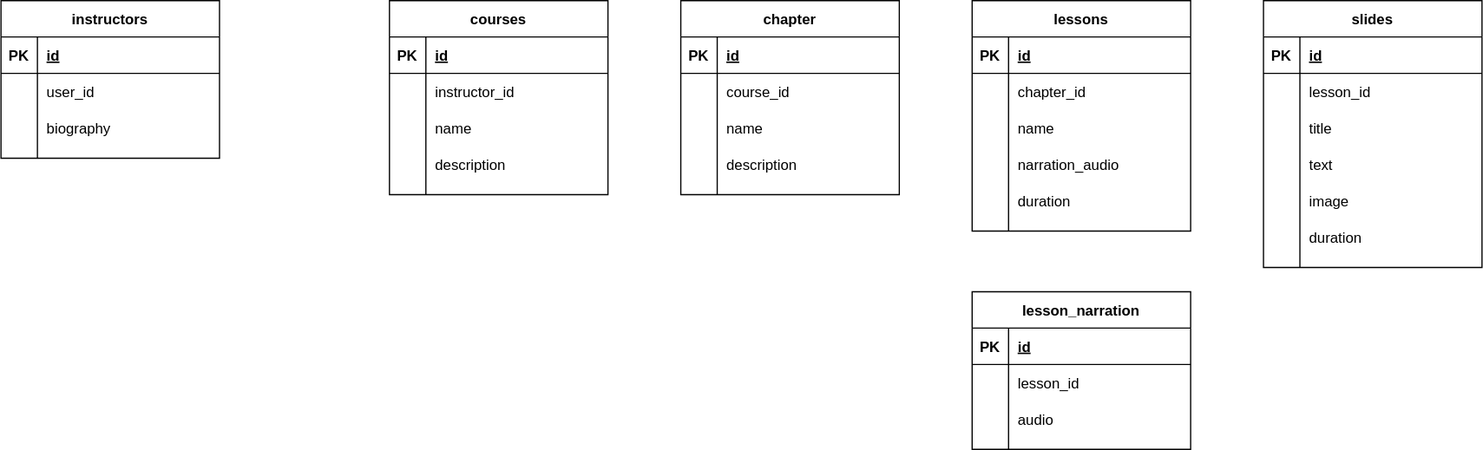
The draw.io diagram docs/plans.drawio.svg in project-cadmium/cadmium-backend, before a commit. Source tidied: cells renumbered, new cells last; positions are measured from the earlier drawing's top-left corner, leaving out a move shared by most shapes.
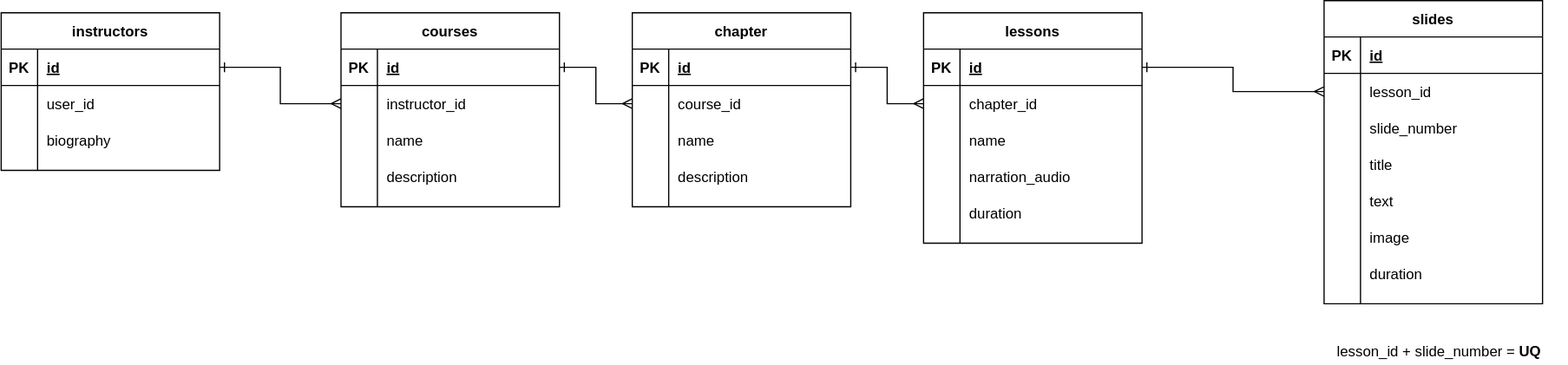
Above is the later version.

Change to the diagram source:
```diff
@@ -129,7 +129,7 @@
       <mxGeometry x="30" width="150" height="30" as="geometry" />
     </mxCell>
     <mxCell id="44" value="slides" style="shape=table;startSize=30;rowLines=0;fontStyle=1;align=center;" parent="1" vertex="1">
-      <mxGeometry x="1040" width="180" height="220" as="geometry" />
+      <mxGeometry x="1130" y="-10" width="180" height="250" as="geometry" />
     </mxCell>
     <mxCell id="45" style="shape=partialRectangle;fillColor=none;top=0;left=0;bottom=1;right=0;" parent="44" vertex="1">
       <mxGeometry y="30" width="180" height="30" as="geometry" />
@@ -149,8 +149,17 @@
     <mxCell id="50" value="lesson_id" style="shape=partialRectangle;fillColor=none;top=0;left=0;bottom=0;right=0;align=left;spacingLeft=6;overflow=hidden;" parent="48" vertex="1">
       <mxGeometry x="30" width="150" height="30" as="geometry" />
     </mxCell>
+    <mxCell id="70" style="shape=partialRectangle;fillColor=none;top=0;left=0;bottom=0;right=0;" parent="44" vertex="1">
+      <mxGeometry y="90" width="180" height="30" as="geometry" />
+    </mxCell>
+    <mxCell id="83" style="shape=partialRectangle;fillColor=none;top=0;left=0;bottom=0;right=0;overflow=hidden;" parent="70" vertex="1">
+      <mxGeometry width="30" height="30" as="geometry" />
+    </mxCell>
+    <mxCell id="84" value="slide_number" style="shape=partialRectangle;fillColor=none;top=0;left=0;bottom=0;right=0;align=left;spacingLeft=6;overflow=hidden;" parent="70" vertex="1">
+      <mxGeometry x="30" width="150" height="30" as="geometry" />
+    </mxCell>
     <mxCell id="51" style="shape=partialRectangle;fillColor=none;top=0;left=0;bottom=0;right=0;" parent="44" vertex="1">
-      <mxGeometry y="90" width="180" height="30" as="geometry" />
+      <mxGeometry y="120" width="180" height="30" as="geometry" />
     </mxCell>
     <mxCell id="52" style="shape=partialRectangle;fillColor=none;top=0;left=0;bottom=0;right=0;overflow=hidden;" parent="51" vertex="1">
       <mxGeometry width="30" height="30" as="geometry" />
@@ -159,7 +168,7 @@
       <mxGeometry x="30" width="150" height="30" as="geometry" />
     </mxCell>
     <mxCell id="54" style="shape=partialRectangle;fillColor=none;top=0;left=0;bottom=0;right=0;" parent="44" vertex="1">
-      <mxGeometry y="120" width="180" height="30" as="geometry" />
+      <mxGeometry y="150" width="180" height="30" as="geometry" />
     </mxCell>
     <mxCell id="55" style="shape=partialRectangle;fillColor=none;top=0;left=0;bottom=0;right=0;overflow=hidden;" parent="54" vertex="1">
       <mxGeometry width="30" height="30" as="geometry" />
@@ -168,7 +177,7 @@
       <mxGeometry x="30" width="150" height="30" as="geometry" />
     </mxCell>
     <mxCell id="57" style="shape=partialRectangle;fillColor=none;top=0;left=0;bottom=0;right=0;" parent="44" vertex="1">
-      <mxGeometry y="150" width="180" height="30" as="geometry" />
+      <mxGeometry y="180" width="180" height="30" as="geometry" />
     </mxCell>
     <mxCell id="58" style="shape=partialRectangle;fillColor=none;top=0;left=0;bottom=0;right=0;overflow=hidden;" parent="57" vertex="1">
       <mxGeometry width="30" height="30" as="geometry" />
@@ -177,7 +186,7 @@
       <mxGeometry x="30" width="150" height="30" as="geometry" />
     </mxCell>
     <mxCell id="60" style="shape=partialRectangle;fillColor=none;top=0;left=0;bottom=0;right=0;" parent="44" vertex="1">
-      <mxGeometry y="180" width="180" height="30" as="geometry" />
+      <mxGeometry y="210" width="180" height="30" as="geometry" />
     </mxCell>
     <mxCell id="61" style="shape=partialRectangle;fillColor=none;top=0;left=0;bottom=0;right=0;overflow=hidden;" parent="60" vertex="1">
       <mxGeometry width="30" height="30" as="geometry" />
@@ -185,38 +194,8 @@
     <mxCell id="62" value="duration" style="shape=partialRectangle;fillColor=none;top=0;left=0;bottom=0;right=0;align=left;spacingLeft=6;overflow=hidden;" parent="60" vertex="1">
       <mxGeometry x="30" width="150" height="30" as="geometry" />
     </mxCell>
-    <mxCell id="63" value="lesson_narration" style="shape=table;startSize=30;rowLines=0;fontStyle=1;align=center;" parent="1" vertex="1">
-      <mxGeometry x="800" y="240" width="180" height="130" as="geometry" />
-    </mxCell>
-    <mxCell id="64" style="shape=partialRectangle;fillColor=none;top=0;left=0;bottom=1;right=0;" parent="63" vertex="1">
-      <mxGeometry y="30" width="180" height="30" as="geometry" />
-    </mxCell>
-    <mxCell id="65" value="PK" style="shape=partialRectangle;fillColor=none;top=0;left=0;bottom=0;right=0;fontStyle=1;overflow=hidden;" parent="64" vertex="1">
-      <mxGeometry width="30" height="30" as="geometry" />
-    </mxCell>
-    <mxCell id="66" value="id" style="shape=partialRectangle;fillColor=none;top=0;left=0;bottom=0;right=0;align=left;spacingLeft=6;fontStyle=5;overflow=hidden;" parent="64" vertex="1">
-      <mxGeometry x="30" width="150" height="30" as="geometry" />
-    </mxCell>
-    <mxCell id="67" style="shape=partialRectangle;fillColor=none;top=0;left=0;bottom=0;right=0;" parent="63" vertex="1">
-      <mxGeometry y="60" width="180" height="30" as="geometry" />
-    </mxCell>
-    <mxCell id="68" style="shape=partialRectangle;fillColor=none;top=0;left=0;bottom=0;right=0;overflow=hidden;" parent="67" vertex="1">
-      <mxGeometry width="30" height="30" as="geometry" />
-    </mxCell>
-    <mxCell id="69" value="lesson_id" style="shape=partialRectangle;fillColor=none;top=0;left=0;bottom=0;right=0;align=left;spacingLeft=6;overflow=hidden;" parent="67" vertex="1">
-      <mxGeometry x="30" width="150" height="30" as="geometry" />
-    </mxCell>
-    <mxCell id="70" style="shape=partialRectangle;fillColor=none;top=0;left=0;bottom=0;right=0;" parent="63" vertex="1">
-      <mxGeometry y="90" width="180" height="30" as="geometry" />
-    </mxCell>
-    <mxCell id="71" style="shape=partialRectangle;fillColor=none;top=0;left=0;bottom=0;right=0;overflow=hidden;" parent="70" vertex="1">
-      <mxGeometry width="30" height="30" as="geometry" />
-    </mxCell>
-    <mxCell id="72" value="audio" style="shape=partialRectangle;fillColor=none;top=0;left=0;bottom=0;right=0;align=left;spacingLeft=6;overflow=hidden;" parent="70" vertex="1">
-      <mxGeometry x="30" width="150" height="30" as="geometry" />
-    </mxCell>
     <mxCell id="73" value="instructors" style="shape=table;startSize=30;rowLines=0;fontStyle=1;align=center;" parent="1" vertex="1">
-      <mxGeometry width="180" height="130" as="geometry" />
+      <mxGeometry x="40" width="180" height="130" as="geometry" />
     </mxCell>
     <mxCell id="74" style="shape=partialRectangle;fillColor=none;top=0;left=0;bottom=1;right=0;points=[[0,0.5],[1,0.5]];portConstraint=eastwest;" parent="73" vertex="1">
       <mxGeometry y="30" width="180" height="30" as="geometry" />
@@ -245,5 +224,20 @@
     <mxCell id="82" value="biography" style="shape=partialRectangle;fillColor=none;top=0;left=0;bottom=0;right=0;align=left;spacingLeft=6;overflow=hidden;" parent="80" vertex="1">
       <mxGeometry x="30" width="150" height="30" as="geometry" />
     </mxCell>
+    <mxCell id="85" style="edgeStyle=orthogonalEdgeStyle;rounded=0;jettySize=auto;html=1;startArrow=ERone;startFill=0;endArrow=ERmany;endFill=0;" parent="1" edge="1" source="74" target="6">
+      <mxGeometry relative="1" as="geometry" />
+    </mxCell>
+    <mxCell id="86" style="edgeStyle=orthogonalEdgeStyle;rounded=0;jettySize=auto;html=1;entryX=0;entryY=0.5;entryDx=0;entryDy=0;startArrow=ERone;startFill=0;endArrow=ERmany;endFill=0;" parent="1" edge="1" source="3" target="19">
+      <mxGeometry relative="1" as="geometry" />
+    </mxCell>
+    <mxCell id="87" style="edgeStyle=orthogonalEdgeStyle;rounded=0;jettySize=auto;html=1;startArrow=ERone;startFill=0;endArrow=ERmany;endFill=0;" parent="1" edge="1" source="16" target="32">
+      <mxGeometry relative="1" as="geometry" />
+    </mxCell>
+    <mxCell id="88" style="edgeStyle=orthogonalEdgeStyle;rounded=0;jettySize=auto;html=1;entryX=0;entryY=0.5;entryDx=0;entryDy=0;startArrow=ERone;startFill=0;endArrow=ERmany;endFill=0;" parent="1" edge="1" source="29" target="48">
+      <mxGeometry relative="1" as="geometry" />
+    </mxCell>
+    <mxCell id="89" value="lesson_id + slide_number = &lt;b&gt;UQ&lt;/b&gt;" style="text;html=1;strokeColor=none;fillColor=none;align=center;verticalAlign=middle;whiteSpace=wrap;rounded=0;" parent="1" vertex="1">
+      <mxGeometry x="1120" y="270" width="210" height="20" as="geometry" />
+    </mxCell>
   </root>
 </mxGraphModel>
```
